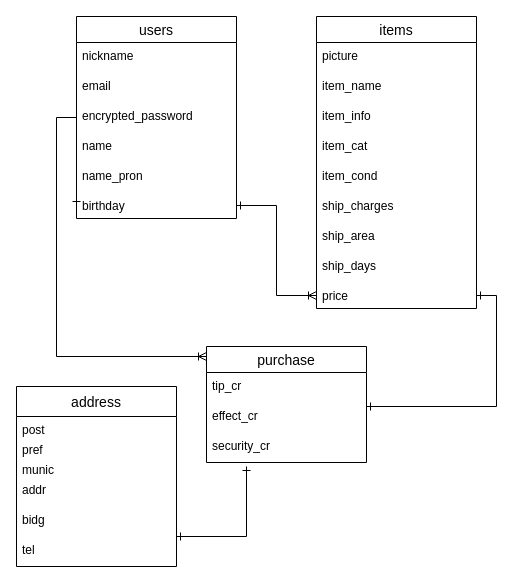
Before: test.dio in RikuTanioka/furima-36236, a draw.io diagram. Source tidied: cells renumbered, new cells numbered last; positions are measured from the earlier drawing's top-left corner, leaving out a move shared by most shapes. Both pictures are drawn from the tidied source at 100%, with x=0, y=0 at pixel (16, 16).
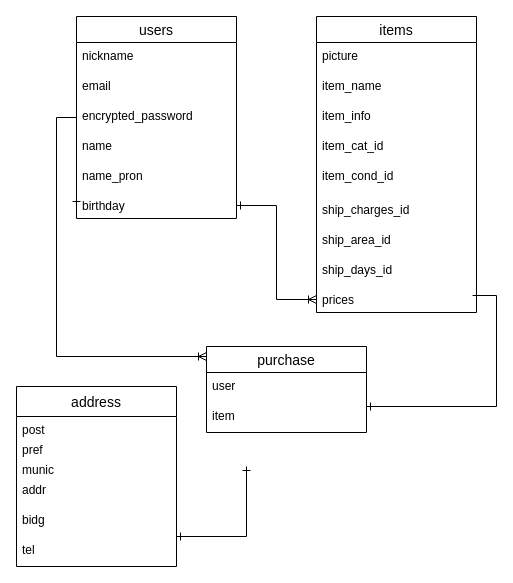
The same page after the edit.

Change to the diagram source:
```diff
@@
     <mxCell id="9" value="items" style="swimlane;fontStyle=0;horizontal=1;startSize=26;align=center;fontSize=14;" parent="1" vertex="1">
-      <mxGeometry x="300" width="160" height="292" as="geometry" />
+      <mxGeometry x="300" width="160" height="296" as="geometry" />
     </mxCell>
@@
-    <mxCell id="13" value="item_cat" style="text;strokeColor=none;fillColor=none;spacingLeft=4;spacingRight=4;overflow=hidden;fontSize=12;" parent="9" vertex="1">
+    <mxCell id="13" value="item_cat_id" style="text;strokeColor=none;fillColor=none;spacingLeft=4;spacingRight=4;overflow=hidden;fontSize=12;" parent="9" vertex="1">
       <mxGeometry y="116" width="160" height="30" as="geometry" />
     </mxCell>
-    <mxCell id="14" value="item_cond" style="text;strokeColor=none;fillColor=none;spacingLeft=4;spacingRight=4;overflow=hidden;fontSize=12;" parent="9" vertex="1">
-      <mxGeometry y="146" width="160" height="30" as="geometry" />
+    <mxCell id="14" value="item_cond_id" style="text;strokeColor=none;fillColor=none;spacingLeft=4;spacingRight=4;overflow=hidden;fontSize=12;" parent="9" vertex="1">
+      <mxGeometry y="146" width="160" height="34" as="geometry" />
     </mxCell>
-    <mxCell id="15" value="ship_charges" style="text;strokeColor=none;fillColor=none;spacingLeft=4;spacingRight=4;overflow=hidden;fontSize=12;" parent="9" vertex="1">
-      <mxGeometry y="176" width="160" height="30" as="geometry" />
+    <mxCell id="15" value="ship_charges_id" style="text;strokeColor=none;fillColor=none;spacingLeft=4;spacingRight=4;overflow=hidden;fontSize=12;" parent="9" vertex="1">
+      <mxGeometry y="180" width="160" height="30" as="geometry" />
     </mxCell>
-    <mxCell id="16" value="ship_area" style="text;strokeColor=none;fillColor=none;spacingLeft=4;spacingRight=4;overflow=hidden;fontSize=12;" parent="9" vertex="1">
-      <mxGeometry y="206" width="160" height="30" as="geometry" />
+    <mxCell id="16" value="ship_area_id" style="text;strokeColor=none;fillColor=none;spacingLeft=4;spacingRight=4;overflow=hidden;fontSize=12;" parent="9" vertex="1">
+      <mxGeometry y="210" width="160" height="30" as="geometry" />
     </mxCell>
-    <mxCell id="17" value="ship_days" style="text;strokeColor=none;fillColor=none;spacingLeft=4;spacingRight=4;overflow=hidden;fontSize=12;" parent="9" vertex="1">
-      <mxGeometry y="236" width="160" height="30" as="geometry" />
+    <mxCell id="17" value="ship_days_id" style="text;strokeColor=none;fillColor=none;spacingLeft=4;spacingRight=4;overflow=hidden;fontSize=12;" parent="9" vertex="1">
+      <mxGeometry y="240" width="160" height="30" as="geometry" />
     </mxCell>
-    <mxCell id="18" value="price" style="text;strokeColor=none;fillColor=none;spacingLeft=4;spacingRight=4;overflow=hidden;points=[[0,0.5],[1,0.5]];portConstraint=eastwest;fontSize=12;" parent="9" vertex="1">
-      <mxGeometry y="266" width="160" height="26" as="geometry" />
+    <mxCell id="18" value="prices" style="text;strokeColor=none;fillColor=none;spacingLeft=4;spacingRight=4;overflow=hidden;points=[[0,0.5],[1,0.5]];portConstraint=eastwest;fontSize=12;" parent="9" vertex="1">
+      <mxGeometry y="270" width="160" height="26" as="geometry" />
     </mxCell>
@@
     <mxCell id="30" value="purchase" style="swimlane;fontStyle=0;horizontal=1;startSize=26;align=center;fontSize=14;" parent="1" vertex="1">
-      <mxGeometry x="190" y="330" width="160" height="116" as="geometry" />
+      <mxGeometry x="190" y="330" width="160" height="86" as="geometry" />
     </mxCell>
-    <mxCell id="31" value="tip_cr" style="text;strokeColor=none;fillColor=none;spacingLeft=4;spacingRight=4;overflow=hidden;fontSize=12;" parent="30" vertex="1">
+    <mxCell id="31" value="user" style="text;strokeColor=none;fillColor=none;spacingLeft=4;spacingRight=4;overflow=hidden;fontSize=12;" parent="30" vertex="1">
       <mxGeometry y="26" width="160" height="30" as="geometry" />
     </mxCell>
-    <mxCell id="32" value="effect_cr" style="text;strokeColor=none;fillColor=none;spacingLeft=4;spacingRight=4;overflow=hidden;fontSize=12;" parent="30" vertex="1">
+    <mxCell id="32" value="item" style="text;strokeColor=none;fillColor=none;spacingLeft=4;spacingRight=4;overflow=hidden;fontSize=12;" parent="30" vertex="1">
       <mxGeometry y="56" width="160" height="30" as="geometry" />
     </mxCell>
-    <mxCell id="33" value="security_cr" style="text;strokeColor=none;fillColor=none;spacingLeft=4;spacingRight=4;overflow=hidden;fontSize=12;" parent="30" vertex="1">
-      <mxGeometry y="86" width="160" height="30" as="geometry" />
-    </mxCell>
```
